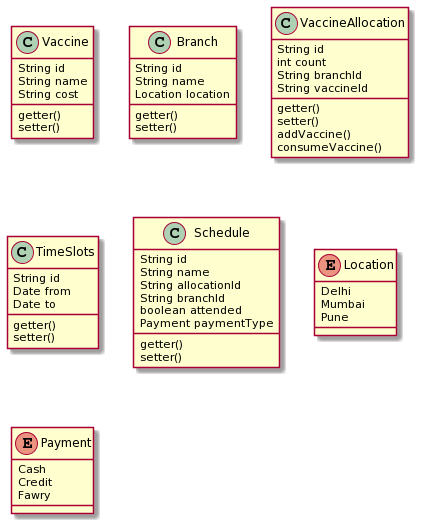
ankitech/vaccnow keeps this PlantUML diagram as class_diagram.png. Above is the earlier version.
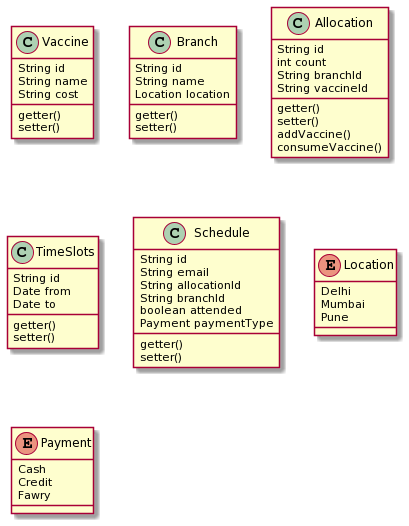
Later version of the same file.

What changed in the source:
```diff
@@ -15,7 +15,7 @@
 setter()
 }
 
-class VaccineAllocation {
+class Allocation {
 String id
 int count
 String branchId
@@ -36,7 +36,7 @@
 
 class Schedule{
 String id
-String name
+String email
 String allocationId
 String branchId
 boolean attended
```
